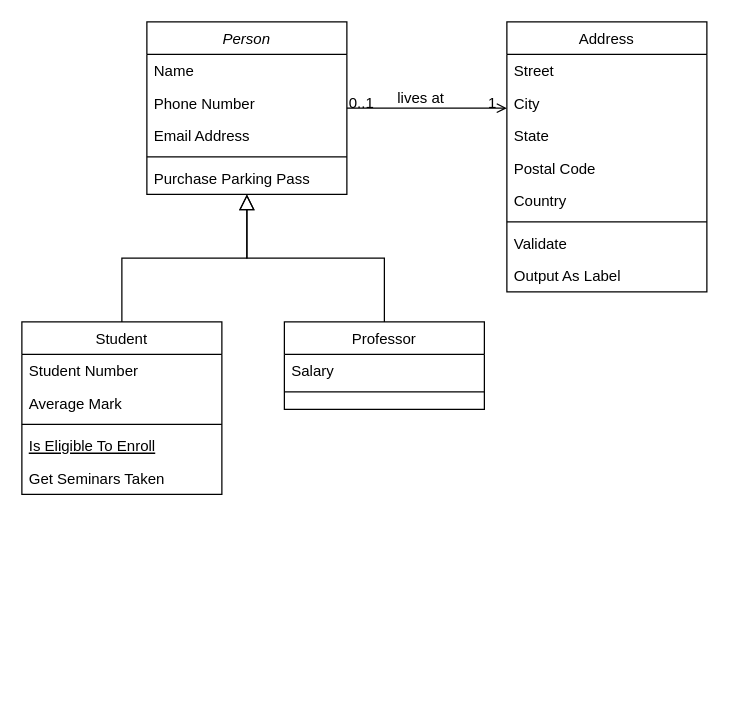
Above: class-diagram-perpus-digital.drawio in Gistinn/TEFA (draw.io), before the change. Source tidied: cells renumbered, new cells numbered last; positions are measured from the earlier drawing's top-left corner, leaving out a move shared by most shapes. Both pictures are drawn from the tidied source at 125%, with x=0, y=0 at pixel (21, 21).
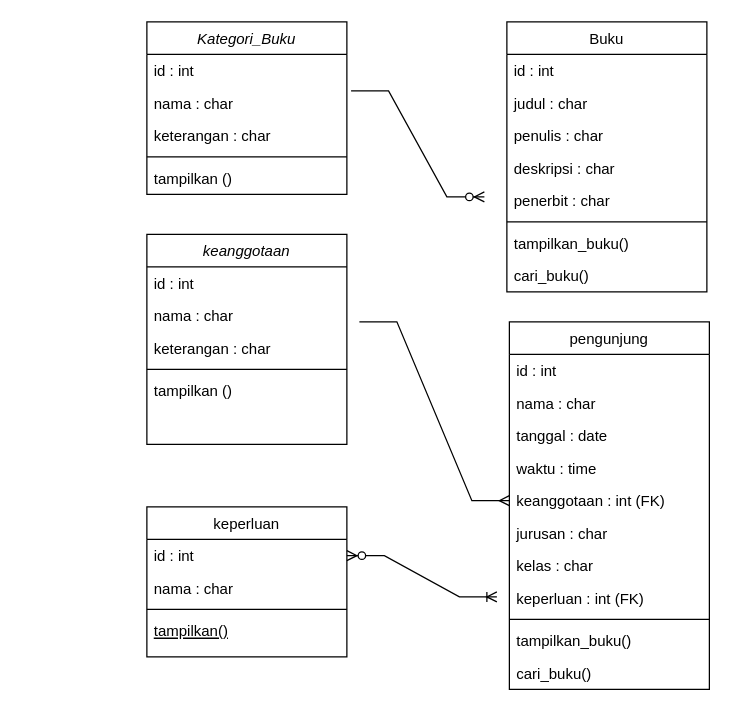
After the change.

Change to the diagram source:
```diff
@@
-    <mxCell id="2" value="Person" style="swimlane;fontStyle=2;align=center;verticalAlign=top;horizontal=1;startSize=26;rounded=0;shadow=0;strokeWidth=1;" parent="1" vertex="1">
+    <mxCell id="2" value="Kategori_Buku" style="swimlane;fontStyle=2;align=center;verticalAlign=top;horizontal=1;startSize=26;rounded=0;shadow=0;strokeWidth=1;" parent="1" vertex="1">
       <mxGeometry x="100" width="160" height="138" as="geometry" />
     </mxCell>
-    <mxCell id="3" value="Name" style="text;align=left;verticalAlign=top;spacingLeft=4;spacingRight=4;overflow=hidden;" parent="2" vertex="1">
+    <mxCell id="3" value="id : int" style="text;align=left;verticalAlign=top;spacingLeft=4;spacingRight=4;overflow=hidden;" parent="2" vertex="1">
       <mxGeometry y="26" width="160" height="26" as="geometry" />
     </mxCell>
-    <mxCell id="4" value="Phone Number" style="text;align=left;verticalAlign=top;spacingLeft=4;spacingRight=4;overflow=hidden;points=[[0,0.5],[1,0.5]];portConstraint=eastwest;rounded=0;shadow=0;html=0;" parent="2" vertex="1">
+    <mxCell id="4" value="nama : char" style="text;align=left;verticalAlign=top;spacingLeft=4;spacingRight=4;overflow=hidden;points=[[0,0.5],[1,0.5]];portConstraint=eastwest;rounded=0;shadow=0;html=0;" parent="2" vertex="1">
       <mxGeometry y="52" width="160" height="26" as="geometry" />
     </mxCell>
-    <mxCell id="5" value="Email Address" style="text;align=left;verticalAlign=top;spacingLeft=4;spacingRight=4;overflow=hidden;rounded=0;shadow=0;html=0;" parent="2" vertex="1">
+    <mxCell id="5" value="keterangan : char" style="text;align=left;verticalAlign=top;spacingLeft=4;spacingRight=4;overflow=hidden;rounded=0;shadow=0;html=0;" parent="2" vertex="1">
       <mxGeometry y="78" width="160" height="26" as="geometry" />
     </mxCell>
@@
-    <mxCell id="7" value="Purchase Parking Pass" style="text;align=left;verticalAlign=top;spacingLeft=4;spacingRight=4;overflow=hidden;" parent="2" vertex="1">
+    <mxCell id="7" value="tampilkan ()" style="text;align=left;verticalAlign=top;spacingLeft=4;spacingRight=4;overflow=hidden;" parent="2" vertex="1">
       <mxGeometry y="112" width="160" height="26" as="geometry" />
     </mxCell>
-    <mxCell id="8" value="Student" style="swimlane;fontStyle=0;align=center;verticalAlign=top;horizontal=1;startSize=26;rounded=0;shadow=0;strokeWidth=1;" parent="1" vertex="1">
-      <mxGeometry y="240" width="160" height="138" as="geometry" />
+    <mxCell id="8" value="keperluan" style="swimlane;fontStyle=0;align=center;verticalAlign=top;horizontal=1;startSize=26;rounded=0;shadow=0;strokeWidth=1;" parent="1" vertex="1">
+      <mxGeometry x="100" y="388" width="160" height="120" as="geometry" />
     </mxCell>
-    <mxCell id="9" value="Student Number" style="text;align=left;verticalAlign=top;spacingLeft=4;spacingRight=4;overflow=hidden;points=[[0,0.5],[1,0.5]];portConstraint=eastwest;" parent="8" vertex="1">
+    <mxCell id="9" value="id : int" style="text;align=left;verticalAlign=top;spacingLeft=4;spacingRight=4;overflow=hidden;points=[[0,0.5],[1,0.5]];portConstraint=eastwest;" parent="8" vertex="1">
       <mxGeometry y="26" width="160" height="26" as="geometry" />
     </mxCell>
-    <mxCell id="10" value="Average Mark" style="text;align=left;verticalAlign=top;spacingLeft=4;spacingRight=4;overflow=hidden;rounded=0;shadow=0;html=0;" parent="8" vertex="1">
+    <mxCell id="10" value="nama : char" style="text;align=left;verticalAlign=top;spacingLeft=4;spacingRight=4;overflow=hidden;rounded=0;shadow=0;html=0;" parent="8" vertex="1">
       <mxGeometry y="52" width="160" height="26" as="geometry" />
     </mxCell>
@@
-    <mxCell id="12" value="Is Eligible To Enroll" style="text;align=left;verticalAlign=top;spacingLeft=4;spacingRight=4;overflow=hidden;fontStyle=4;" parent="8" vertex="1">
+    <mxCell id="12" value="tampilkan()" style="text;align=left;verticalAlign=top;spacingLeft=4;spacingRight=4;overflow=hidden;fontStyle=4;" parent="8" vertex="1">
       <mxGeometry y="86" width="160" height="26" as="geometry" />
     </mxCell>
-    <mxCell id="13" value="Get Seminars Taken" style="text;align=left;verticalAlign=top;spacingLeft=4;spacingRight=4;overflow=hidden;" parent="8" vertex="1">
-      <mxGeometry y="112" width="160" height="26" as="geometry" />
-    </mxCell>
-    <mxCell id="14" style="endArrow=block;endSize=10;endFill=0;shadow=0;strokeWidth=1;rounded=0;edgeStyle=elbowEdgeStyle;elbow=vertical;" parent="1" edge="1" source="8" target="2">
-      <mxGeometry relative="1" as="geometry" />
-    </mxCell>
-    <mxCell id="15" value="Professor" style="swimlane;fontStyle=0;align=center;verticalAlign=top;horizontal=1;startSize=26;rounded=0;shadow=0;strokeWidth=1;" parent="1" vertex="1">
-      <mxGeometry x="210" y="240" width="160" height="70" as="geometry" />
-    </mxCell>
-    <mxCell id="16" value="Salary" style="text;align=left;verticalAlign=top;spacingLeft=4;spacingRight=4;overflow=hidden;" parent="15" vertex="1">
-      <mxGeometry y="26" width="160" height="26" as="geometry" />
-    </mxCell>
-    <mxCell id="17" style="line;html=1;strokeWidth=1;align=left;verticalAlign=middle;spacingTop=-1;spacingLeft=3;spacingRight=3;labelPosition=right;" parent="15" vertex="1">
-      <mxGeometry y="52" width="160" height="8" as="geometry" />
-    </mxCell>
-    <mxCell id="18" style="endArrow=block;endSize=10;endFill=0;shadow=0;strokeWidth=1;rounded=0;edgeStyle=elbowEdgeStyle;elbow=vertical;" parent="1" edge="1" source="15" target="2">
-      <mxGeometry relative="1" as="geometry" />
-    </mxCell>
-    <mxCell id="19" value="Address" style="swimlane;fontStyle=0;align=center;verticalAlign=top;horizontal=1;startSize=26;rounded=0;shadow=0;strokeWidth=1;" parent="1" vertex="1">
+    <mxCell id="19" value="Buku" style="swimlane;fontStyle=0;align=center;verticalAlign=top;horizontal=1;startSize=26;rounded=0;shadow=0;strokeWidth=1;" parent="1" vertex="1">
       <mxGeometry x="388" width="160" height="216" as="geometry" />
     </mxCell>
-    <mxCell id="20" value="Street" style="text;align=left;verticalAlign=top;spacingLeft=4;spacingRight=4;overflow=hidden;" parent="19" vertex="1">
+    <mxCell id="20" value="id : int" style="text;align=left;verticalAlign=top;spacingLeft=4;spacingRight=4;overflow=hidden;" parent="19" vertex="1">
       <mxGeometry y="26" width="160" height="26" as="geometry" />
     </mxCell>
-    <mxCell id="21" value="City" style="text;align=left;verticalAlign=top;spacingLeft=4;spacingRight=4;overflow=hidden;rounded=0;shadow=0;html=0;" parent="19" vertex="1">
+    <mxCell id="21" value="judul : char" style="text;align=left;verticalAlign=top;spacingLeft=4;spacingRight=4;overflow=hidden;rounded=0;shadow=0;html=0;" parent="19" vertex="1">
       <mxGeometry y="52" width="160" height="26" as="geometry" />
     </mxCell>
-    <mxCell id="22" value="State" style="text;align=left;verticalAlign=top;spacingLeft=4;spacingRight=4;overflow=hidden;rounded=0;shadow=0;html=0;" parent="19" vertex="1">
+    <mxCell id="22" value="penulis : char" style="text;align=left;verticalAlign=top;spacingLeft=4;spacingRight=4;overflow=hidden;rounded=0;shadow=0;html=0;" parent="19" vertex="1">
       <mxGeometry y="78" width="160" height="26" as="geometry" />
     </mxCell>
-    <mxCell id="23" value="Postal Code" style="text;align=left;verticalAlign=top;spacingLeft=4;spacingRight=4;overflow=hidden;rounded=0;shadow=0;html=0;" parent="19" vertex="1">
+    <mxCell id="23" value="deskripsi : char" style="text;align=left;verticalAlign=top;spacingLeft=4;spacingRight=4;overflow=hidden;rounded=0;shadow=0;html=0;" parent="19" vertex="1">
       <mxGeometry y="104" width="160" height="26" as="geometry" />
     </mxCell>
-    <mxCell id="24" value="Country" style="text;align=left;verticalAlign=top;spacingLeft=4;spacingRight=4;overflow=hidden;rounded=0;shadow=0;html=0;" parent="19" vertex="1">
+    <mxCell id="24" value="penerbit : char" style="text;align=left;verticalAlign=top;spacingLeft=4;spacingRight=4;overflow=hidden;rounded=0;shadow=0;html=0;" parent="19" vertex="1">
       <mxGeometry y="130" width="160" height="26" as="geometry" />
     </mxCell>
@@
-    <mxCell id="26" value="Validate" style="text;align=left;verticalAlign=top;spacingLeft=4;spacingRight=4;overflow=hidden;" parent="19" vertex="1">
+    <mxCell id="26" value="tampilkan_buku()" style="text;align=left;verticalAlign=top;spacingLeft=4;spacingRight=4;overflow=hidden;" parent="19" vertex="1">
       <mxGeometry y="164" width="160" height="26" as="geometry" />
     </mxCell>
-    <mxCell id="27" value="Output As Label" style="text;align=left;verticalAlign=top;spacingLeft=4;spacingRight=4;overflow=hidden;" parent="19" vertex="1">
+    <mxCell id="27" value="cari_buku()" style="text;align=left;verticalAlign=top;spacingLeft=4;spacingRight=4;overflow=hidden;" parent="19" vertex="1">
       <mxGeometry y="190" width="160" height="26" as="geometry" />
     </mxCell>
-    <mxCell id="28" style="endArrow=open;shadow=0;strokeWidth=1;rounded=0;endFill=1;edgeStyle=elbowEdgeStyle;elbow=vertical;" parent="1" edge="1" source="2" target="19">
-      <mxGeometry x="0.5" y="41" relative="1" as="geometry">
-        <mxPoint x="-40" y="32" as="offset" />
-      </mxGeometry>
-    </mxCell>
-    <mxCell id="29" value="0..1" style="align=left;verticalAlign=bottom;labelBackgroundColor=none;fontSize=12;" parent="28" vertex="1">
-      <mxGeometry x="-1" relative="1" as="geometry">
-        <mxPoint y="4" as="offset" />
-      </mxGeometry>
-    </mxCell>
-    <mxCell id="30" value="1" style="align=right;verticalAlign=bottom;labelBackgroundColor=none;fontSize=12;" parent="28" vertex="1">
-      <mxGeometry x="1" relative="1" as="geometry">
-        <mxPoint x="-7" y="4" as="offset" />
-      </mxGeometry>
-    </mxCell>
-    <mxCell id="31" value="lives at" style="text;html=1;align=center;verticalAlign=middle;labelBackgroundColor=none;rounded=0;shadow=0;strokeWidth=1;fontSize=12;" parent="28" vertex="1">
-      <mxGeometry x="0.5" y="49" relative="1" as="geometry">
-        <mxPoint x="-38" y="40" as="offset" />
-      </mxGeometry>
-    </mxCell>
+    <mxCell id="32" value="pengunjung" style="swimlane;fontStyle=0;align=center;verticalAlign=top;horizontal=1;startSize=26;rounded=0;shadow=0;strokeWidth=1;" parent="1" vertex="1">
+      <mxGeometry x="390" y="240" width="160" height="294" as="geometry" />
+    </mxCell>
+    <mxCell id="33" value="id : int" style="text;align=left;verticalAlign=top;spacingLeft=4;spacingRight=4;overflow=hidden;" parent="32" vertex="1">
+      <mxGeometry y="26" width="160" height="26" as="geometry" />
+    </mxCell>
+    <mxCell id="34" value="nama : char" style="text;align=left;verticalAlign=top;spacingLeft=4;spacingRight=4;overflow=hidden;rounded=0;shadow=0;html=0;" parent="32" vertex="1">
+      <mxGeometry y="52" width="160" height="26" as="geometry" />
+    </mxCell>
+    <mxCell id="35" value="tanggal : date" style="text;align=left;verticalAlign=top;spacingLeft=4;spacingRight=4;overflow=hidden;rounded=0;shadow=0;html=0;" parent="32" vertex="1">
+      <mxGeometry y="78" width="160" height="26" as="geometry" />
+    </mxCell>
+    <mxCell id="36" value="waktu : time" style="text;align=left;verticalAlign=top;spacingLeft=4;spacingRight=4;overflow=hidden;rounded=0;shadow=0;html=0;" parent="32" vertex="1">
+      <mxGeometry y="104" width="160" height="26" as="geometry" />
+    </mxCell>
+    <mxCell id="37" value="keanggotaan : int (FK)" style="text;align=left;verticalAlign=top;spacingLeft=4;spacingRight=4;overflow=hidden;points=[[0,0.5],[1,0.5]];portConstraint=eastwest;rounded=0;shadow=0;html=0;" parent="32" vertex="1">
+      <mxGeometry y="130" width="160" height="26" as="geometry" />
+    </mxCell>
+    <mxCell id="38" value="jurusan : char" style="text;align=left;verticalAlign=top;spacingLeft=4;spacingRight=4;overflow=hidden;rounded=0;shadow=0;html=0;" parent="32" vertex="1">
+      <mxGeometry y="156" width="160" height="26" as="geometry" />
+    </mxCell>
+    <mxCell id="39" value="kelas : char" style="text;align=left;verticalAlign=top;spacingLeft=4;spacingRight=4;overflow=hidden;rounded=0;shadow=0;html=0;" parent="32" vertex="1">
+      <mxGeometry y="182" width="160" height="26" as="geometry" />
+    </mxCell>
+    <mxCell id="40" value="keperluan : int (FK)" style="text;align=left;verticalAlign=top;spacingLeft=4;spacingRight=4;overflow=hidden;rounded=0;shadow=0;html=0;" parent="32" vertex="1">
+      <mxGeometry y="208" width="160" height="26" as="geometry" />
+    </mxCell>
+    <mxCell id="41" style="line;html=1;strokeWidth=1;align=left;verticalAlign=middle;spacingTop=-1;spacingLeft=3;spacingRight=3;labelPosition=right;" parent="32" vertex="1">
+      <mxGeometry y="234" width="160" height="8" as="geometry" />
+    </mxCell>
+    <mxCell id="42" value="tampilkan_buku()" style="text;align=left;verticalAlign=top;spacingLeft=4;spacingRight=4;overflow=hidden;" parent="32" vertex="1">
+      <mxGeometry y="242" width="160" height="26" as="geometry" />
+    </mxCell>
+    <mxCell id="43" value="cari_buku()" style="text;align=left;verticalAlign=top;spacingLeft=4;spacingRight=4;overflow=hidden;" parent="32" vertex="1">
+      <mxGeometry y="268" width="160" height="26" as="geometry" />
+    </mxCell>
+    <mxCell id="44" value="keanggotaan" style="swimlane;fontStyle=2;align=center;verticalAlign=top;horizontal=1;startSize=26;rounded=0;shadow=0;strokeWidth=1;" parent="1" vertex="1">
+      <mxGeometry x="100" y="170" width="160" height="168" as="geometry" />
+    </mxCell>
+    <mxCell id="45" value="id : int" style="text;align=left;verticalAlign=top;spacingLeft=4;spacingRight=4;overflow=hidden;" parent="44" vertex="1">
+      <mxGeometry y="26" width="160" height="26" as="geometry" />
+    </mxCell>
+    <mxCell id="46" value="nama : char" style="text;align=left;verticalAlign=top;spacingLeft=4;spacingRight=4;overflow=hidden;rounded=0;shadow=0;html=0;" parent="44" vertex="1">
+      <mxGeometry y="52" width="160" height="26" as="geometry" />
+    </mxCell>
+    <mxCell id="47" value="keterangan : char" style="text;align=left;verticalAlign=top;spacingLeft=4;spacingRight=4;overflow=hidden;rounded=0;shadow=0;html=0;" parent="44" vertex="1">
+      <mxGeometry y="78" width="160" height="26" as="geometry" />
+    </mxCell>
+    <mxCell id="48" style="line;html=1;strokeWidth=1;align=left;verticalAlign=middle;spacingTop=-1;spacingLeft=3;spacingRight=3;labelPosition=right;" parent="44" vertex="1">
+      <mxGeometry y="104" width="160" height="8" as="geometry" />
+    </mxCell>
+    <mxCell id="49" value="tampilkan ()" style="text;align=left;verticalAlign=top;spacingLeft=4;spacingRight=4;overflow=hidden;" parent="44" vertex="1">
+      <mxGeometry y="112" width="160" height="26" as="geometry" />
+    </mxCell>
+    <mxCell id="50" style="edgeStyle=entityRelationEdgeStyle;fontSize=12;html=1;endArrow=ERzeroToMany;endFill=1;rounded=0;exitX=1.021;exitY=0.122;exitDx=0;exitDy=0;exitPerimeter=0;" parent="1" edge="1" source="4">
+      <mxGeometry relative="1" as="geometry">
+        <mxPoint x="370" y="140" as="targetPoint" />
+        <Array as="points">
+          <mxPoint x="270" y="50" />
+          <mxPoint x="270" y="60" />
+          <mxPoint x="270" y="60" />
+          <mxPoint x="360" y="150" />
+        </Array>
+      </mxGeometry>
+    </mxCell>
+    <mxCell id="51" style="edgeStyle=entityRelationEdgeStyle;fontSize=12;html=1;endArrow=ERoneToMany;startArrow=ERzeroToMany;rounded=0;exitX=1;exitY=0.5;exitDx=0;exitDy=0;" parent="1" edge="1" source="9">
+      <mxGeometry relative="1" as="geometry">
+        <mxPoint x="380" y="460" as="targetPoint" />
+        <Array as="points">
+          <mxPoint x="260" y="400" />
+          <mxPoint x="250" y="470" />
+          <mxPoint x="300" y="450" />
+        </Array>
+      </mxGeometry>
+    </mxCell>
+    <mxCell id="52" style="edgeStyle=entityRelationEdgeStyle;fontSize=12;html=1;endArrow=ERmany;rounded=0;entryX=0;entryY=0.5;entryDx=0;entryDy=0;" parent="1" edge="1" target="37">
+      <mxGeometry relative="1" as="geometry">
+        <mxPoint x="270" y="240" as="sourcePoint" />
+        <Array as="points">
+          <mxPoint x="260" y="340" />
+        </Array>
+      </mxGeometry>
+    </mxCell>
```
